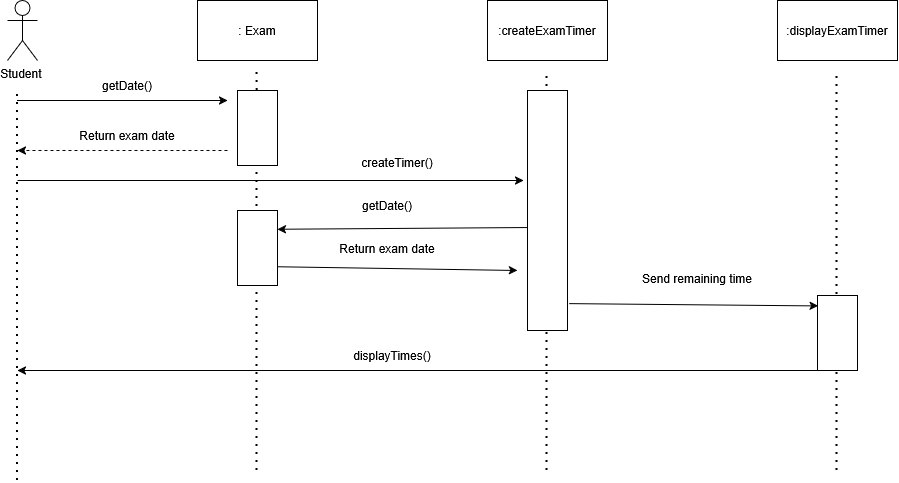
Before: docs/uml/slices/gabriel-examTimer/sequence.png, a diagram exported from draw.io (mverhagen5795-tech/Syllabus-Calender). Source tidied: cells renumbered, new cells last; positions are measured from the earlier drawing's top-left corner, leaving out a move shared by most shapes.
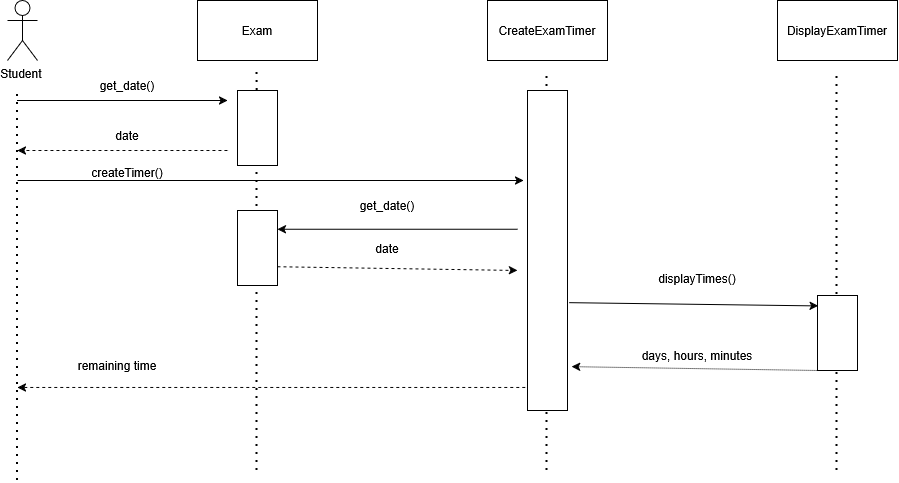
Above is the later version.

The edit, as a diff of the source:
```diff
@@ -5,13 +5,13 @@
     <mxCell id="2" value="Student&amp;nbsp;" style="shape=umlActor;verticalLabelPosition=bottom;verticalAlign=top;html=1;" parent="1" vertex="1">
       <mxGeometry width="30" height="60" as="geometry" />
     </mxCell>
-    <mxCell id="3" value=": Exam" style="rounded=0;whiteSpace=wrap;html=1;shadow=0;fillColor=none;" parent="1" vertex="1">
+    <mxCell id="3" value="Exam" style="rounded=0;whiteSpace=wrap;html=1;shadow=0;fillColor=none;" parent="1" vertex="1">
       <mxGeometry x="190" width="120" height="60" as="geometry" />
     </mxCell>
-    <mxCell id="4" value=":createExamTimer" style="rounded=0;whiteSpace=wrap;html=1;shadow=0;fillColor=none;" parent="1" vertex="1">
+    <mxCell id="4" value="CreateExamTimer" style="rounded=0;whiteSpace=wrap;html=1;shadow=0;fillColor=none;" parent="1" vertex="1">
       <mxGeometry x="480" width="120" height="60" as="geometry" />
     </mxCell>
-    <mxCell id="5" value=":displayExamTimer" style="rounded=0;whiteSpace=wrap;html=1;shadow=0;fillColor=none;" parent="1" vertex="1">
+    <mxCell id="5" value="DisplayExamTimer" style="rounded=0;whiteSpace=wrap;html=1;shadow=0;fillColor=none;" parent="1" vertex="1">
       <mxGeometry x="770" width="120" height="60" as="geometry" />
     </mxCell>
     <mxCell id="6" style="endArrow=none;dashed=1;html=1;dashPattern=1 3;strokeWidth=2;rounded=0;" parent="1" edge="1">
@@ -66,7 +66,7 @@
     <mxCell id="12" style="rounded=0;whiteSpace=wrap;html=1;" parent="1" vertex="1">
       <mxGeometry x="230" y="90" width="40" height="75" as="geometry" />
     </mxCell>
-    <mxCell id="13" value="getDate()" style="text;html=1;whiteSpace=wrap;strokeColor=none;fillColor=none;align=center;verticalAlign=middle;rounded=0;" parent="1" vertex="1">
+    <mxCell id="13" value="get_date()" style="text;html=1;whiteSpace=wrap;strokeColor=none;fillColor=none;align=center;verticalAlign=middle;rounded=0;" parent="1" vertex="1">
       <mxGeometry x="90" y="70" width="60" height="30" as="geometry" />
     </mxCell>
     <mxCell id="14" style="endArrow=classic;html=1;rounded=0;dashed=1;" parent="1" edge="1">
@@ -75,7 +75,7 @@
         <mxPoint x="10" y="150" as="targetPoint" />
       </mxGeometry>
     </mxCell>
-    <mxCell id="15" value="Return exam date" style="text;html=1;whiteSpace=wrap;strokeColor=none;fillColor=none;align=center;verticalAlign=middle;rounded=0;" parent="1" vertex="1">
+    <mxCell id="15" value="date" style="text;html=1;whiteSpace=wrap;strokeColor=none;fillColor=none;align=center;verticalAlign=middle;rounded=0;" parent="1" vertex="1">
       <mxGeometry x="65" y="120" width="110" height="30" as="geometry" />
     </mxCell>
     <mxCell id="16" style="endArrow=classic;html=1;rounded=0;" parent="1" edge="1">
@@ -85,44 +85,52 @@
       </mxGeometry>
     </mxCell>
     <mxCell id="17" style="rounded=0;whiteSpace=wrap;html=1;" parent="1" vertex="1">
-      <mxGeometry x="520" y="90" width="40" height="240" as="geometry" />
+      <mxGeometry x="520" y="90" width="40" height="320" as="geometry" />
     </mxCell>
     <mxCell id="18" value="&amp;nbsp; createTimer()" style="text;html=1;whiteSpace=wrap;strokeColor=none;fillColor=none;align=center;verticalAlign=middle;rounded=0;" parent="1" vertex="1">
-      <mxGeometry x="360" y="140" width="60" height="30" as="geometry" />
+      <mxGeometry x="90" y="150" width="60" height="30" as="geometry" />
     </mxCell>
-    <mxCell id="19" style="endArrow=classic;html=1;rounded=0;entryX=1;entryY=0.25;entryDx=0;entryDy=0;exitX=-0.015;exitY=0.571;exitDx=0;exitDy=0;exitPerimeter=0;" parent="1" edge="1" source="17" target="20">
-      <mxGeometry relative="1" as="geometry" />
+    <mxCell id="19" style="endArrow=classic;html=1;rounded=0;entryX=1;entryY=0.25;entryDx=0;entryDy=0;" parent="1" edge="1" target="20">
+      <mxGeometry relative="1" as="geometry">
+        <mxPoint x="510" y="228.8" as="sourcePoint" />
+      </mxGeometry>
     </mxCell>
     <mxCell id="20" style="rounded=0;whiteSpace=wrap;html=1;" parent="1" vertex="1">
       <mxGeometry x="230" y="210" width="40" height="75" as="geometry" />
     </mxCell>
-    <mxCell id="21" value="getDate()" style="text;html=1;whiteSpace=wrap;strokeColor=none;fillColor=none;align=center;verticalAlign=middle;rounded=0;" parent="1" vertex="1">
+    <mxCell id="21" value="get_date()" style="text;html=1;whiteSpace=wrap;strokeColor=none;fillColor=none;align=center;verticalAlign=middle;rounded=0;" parent="1" vertex="1">
       <mxGeometry x="350" y="190" width="60" height="30" as="geometry" />
     </mxCell>
-    <mxCell id="22" style="endArrow=classic;html=1;rounded=0;exitX=1;exitY=0.75;exitDx=0;exitDy=0;" parent="1" edge="1" source="20">
+    <mxCell id="22" style="endArrow=classic;html=1;rounded=0;exitX=1;exitY=0.75;exitDx=0;exitDy=0;dashed=1;" parent="1" edge="1" source="20">
       <mxGeometry relative="1" as="geometry">
         <mxPoint x="510" y="270" as="targetPoint" />
       </mxGeometry>
     </mxCell>
-    <mxCell id="23" value="Return exam date" style="text;html=1;whiteSpace=wrap;strokeColor=none;fillColor=none;align=center;verticalAlign=middle;rounded=0;" parent="1" vertex="1">
+    <mxCell id="23" value="date" style="text;html=1;whiteSpace=wrap;strokeColor=none;fillColor=none;align=center;verticalAlign=middle;rounded=0;" parent="1" vertex="1">
       <mxGeometry x="325" y="232.5" width="110" height="30" as="geometry" />
     </mxCell>
-    <mxCell id="24" style="endArrow=classic;html=1;rounded=0;exitX=1.045;exitY=0.888;exitDx=0;exitDy=0;exitPerimeter=0;entryX=0.015;entryY=0.139;entryDx=0;entryDy=0;entryPerimeter=0;" parent="1" edge="1" source="17" target="25">
+    <mxCell id="24" style="endArrow=classic;html=1;rounded=0;exitX=1.045;exitY=0.663;exitDx=0;exitDy=0;entryX=0.015;entryY=0.139;entryDx=0;entryDy=0;entryPerimeter=0;exitPerimeter=0;" parent="1" edge="1" source="17" target="25">
       <mxGeometry relative="1" as="geometry" />
     </mxCell>
     <mxCell id="25" style="rounded=0;whiteSpace=wrap;html=1;" parent="1" vertex="1">
       <mxGeometry x="810" y="295" width="40" height="75" as="geometry" />
     </mxCell>
-    <mxCell id="26" value="Send remaining time" style="text;html=1;whiteSpace=wrap;strokeColor=none;fillColor=none;align=center;verticalAlign=middle;rounded=0;" parent="1" vertex="1">
+    <mxCell id="26" value="displayTimes()" style="text;html=1;whiteSpace=wrap;strokeColor=none;fillColor=none;align=center;verticalAlign=middle;rounded=0;" parent="1" vertex="1">
       <mxGeometry x="630" y="262.5" width="120" height="30" as="geometry" />
     </mxCell>
-    <mxCell id="27" style="endArrow=classic;html=1;rounded=0;exitX=0;exitY=1;exitDx=0;exitDy=0;" parent="1" edge="1" source="25">
-      <mxGeometry relative="1" as="geometry">
-        <mxPoint x="10" y="370" as="targetPoint" />
-      </mxGeometry>
+    <mxCell id="27" style="endArrow=classic;html=1;rounded=0;exitX=0;exitY=1;exitDx=0;exitDy=0;entryX=1.105;entryY=0.863;entryDx=0;entryDy=0;entryPerimeter=0;dashed=1;dashPattern=1 1;" parent="1" edge="1" source="25" target="17">
+      <mxGeometry relative="1" as="geometry" />
     </mxCell>
-    <mxCell id="28" value="displayTimes()" style="text;html=1;whiteSpace=wrap;strokeColor=none;fillColor=none;align=center;verticalAlign=middle;rounded=0;" parent="1" vertex="1">
-      <mxGeometry x="325" y="340" width="120" height="30" as="geometry" />
+    <mxCell id="28" value="remaining time" style="text;html=1;whiteSpace=wrap;strokeColor=none;fillColor=none;align=center;verticalAlign=middle;rounded=0;" parent="1" vertex="1">
+      <mxGeometry x="50" y="350" width="120" height="30" as="geometry" />
     </mxCell>
+    <mxCell id="29" value="days, hours, minutes" style="text;html=1;whiteSpace=wrap;strokeColor=none;fillColor=none;align=center;verticalAlign=middle;rounded=0;" parent="1" vertex="1">
+      <mxGeometry x="630" y="340" width="120" height="30" as="geometry" />
+    </mxCell>
+    <mxCell id="30" style="endArrow=classic;html=1;rounded=0;exitX=-0.055;exitY=0.928;exitDx=0;exitDy=0;exitPerimeter=0;dashed=1;" parent="1" edge="1" source="17">
+      <mxGeometry relative="1" as="geometry">
+        <mxPoint x="10" y="387" as="targetPoint" />
+      </mxGeometry>
+    </mxCell>
   </root>
 </mxGraphModel>
```
